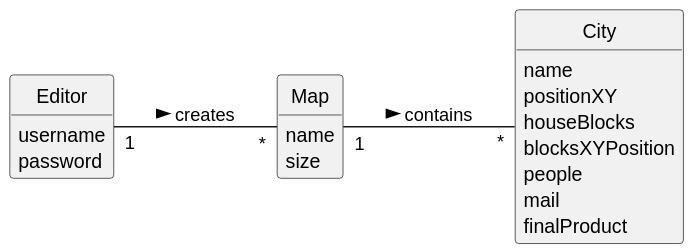
This is Sprint2/US003/02.analysis/svg/US003-DM.svg from 1240935/pi2-railway-simulator, a PlantUML export, as it was before one commit. The source it was exported from:
```plantuml
@startuml
skinparam monochrome true
skinparam packageStyle rectangle
skinparam shadowing false
skinparam classAttributeIconSize 0
hide circle
hide methods

hide circle
hide methods

left to right direction

class Map {
    name
    size
}

class City {
    name
    positionXY
    houseBlocks
    blocksXYPosition
    people
    mail
    finalProduct
}

class Editor {
    username
    password
}

Map "1" -- "*" City : contains >
Editor "1" -- "*" Map : creates >
@enduml
```
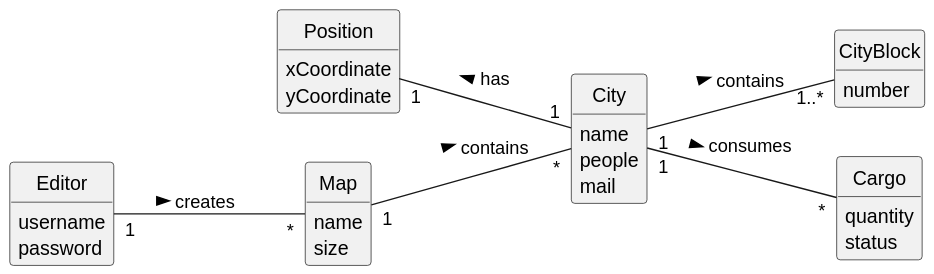
After the change.

The edit, as a diff of the source:
```diff
@@ -18,12 +18,17 @@
 
 class City {
     name
-    positionXY
-    houseBlocks
-    blocksXYPosition
     people
     mail
-    finalProduct
+}
+
+class CityBlock{
+    number
+}
+
+class Cargo {
+    quantity
+    status
 }
 
 class Editor {
@@ -31,6 +36,16 @@
     password
 }
 
+class Position{
+    xCoordinate
+    yCoordinate
+}
+
+
+
 Map "1" -- "*" City : contains >
 Editor "1" -- "*" Map : creates >
+City "1" -- "1..*" CityBlock: contains >
+City "1" -- "*" Cargo: consumes >
+Position "1" -- "1" City: has <
 @enduml
```
